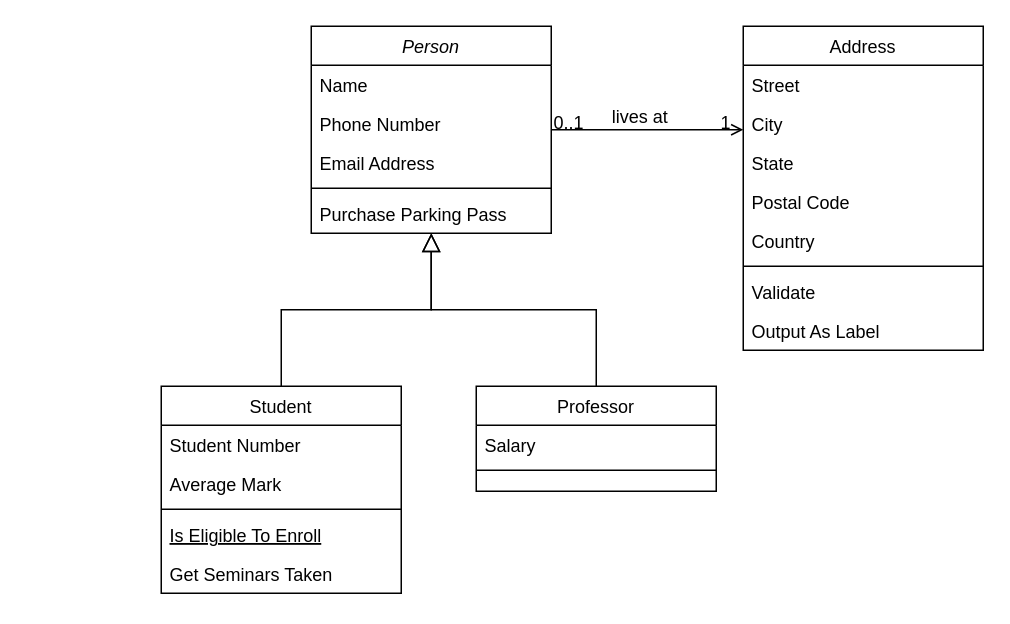
Before: Untitled Diagram2.drawio in sccelik/cmpe331Friday2021, a draw.io diagram. Source tidied: cells renumbered, new cells numbered last; positions are measured from the earlier drawing's top-left corner, leaving out a move shared by most shapes. Both pictures are drawn from the tidied source at 150%, with x=0, y=0 at pixel (160, 26).
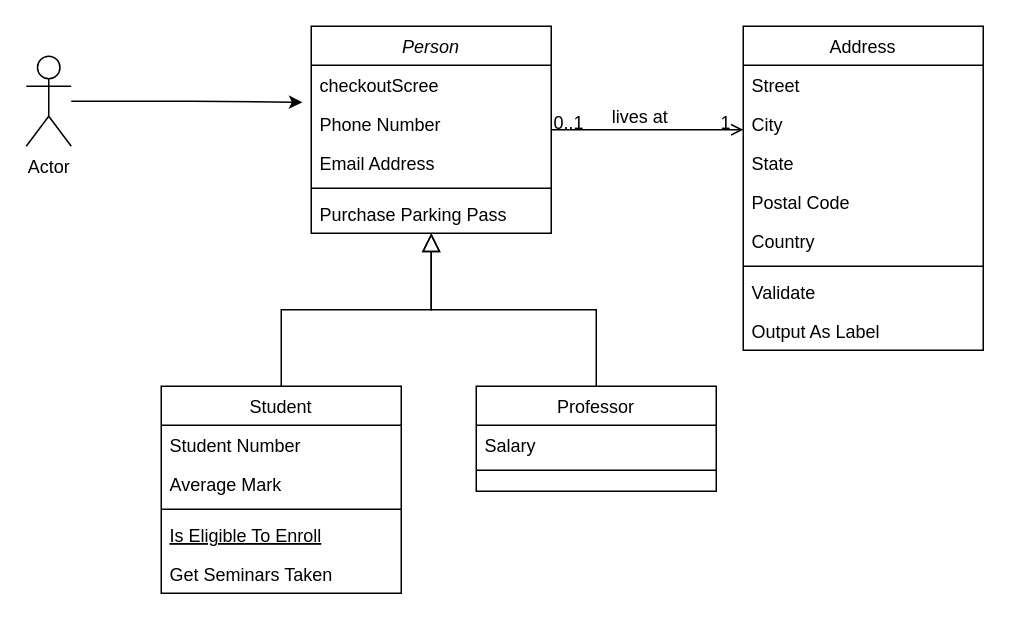
The same diagram, later.

The change refers to these unchanged cells:
```xml
<mxCell id="2" value="Person" style="swimlane;fontStyle=2;align=center;verticalAlign=top;horizontal=1;startSize=26;rounded=0;shadow=0;strokeWidth=1;" parent="1" vertex="1">
  <mxGeometry x="100" width="160" height="138" as="geometry" />
</mxCell>
<mxCell id="4" value="Phone Number" style="text;align=left;verticalAlign=top;spacingLeft=4;spacingRight=4;overflow=hidden;points=[[0,0.5],[1,0.5]];portConstraint=eastwest;rounded=0;shadow=0;html=0;" parent="2" vertex="1">
  <mxGeometry y="52" width="160" height="26" as="geometry" />
</mxCell>
```

What changed in the source:
```diff
@@
-    <mxCell id="3" value="Name" style="text;align=left;verticalAlign=top;spacingLeft=4;spacingRight=4;overflow=hidden;" parent="2" vertex="1">
+    <mxCell id="3" value="checkoutScree" style="text;align=left;verticalAlign=top;spacingLeft=4;spacingRight=4;overflow=hidden;" parent="2" vertex="1">
       <mxGeometry y="26" width="160" height="26" as="geometry" />
     </mxCell>
@@
+    <mxCell id="32" style="edgeStyle=orthogonalEdgeStyle;rounded=0;jettySize=auto;html=1;entryX=-0.037;entryY=-0.051;entryDx=0;entryDy=0;entryPerimeter=0;" parent="1" edge="1" source="33" target="4">
+      <mxGeometry relative="1" as="geometry" />
+    </mxCell>
+    <mxCell id="33" value="Actor" style="shape=umlActor;verticalLabelPosition=bottom;verticalAlign=top;html=1;outlineConnect=0;" parent="1" vertex="1">
+      <mxGeometry x="-90" y="20" width="30" height="60" as="geometry" />
+    </mxCell>
```
